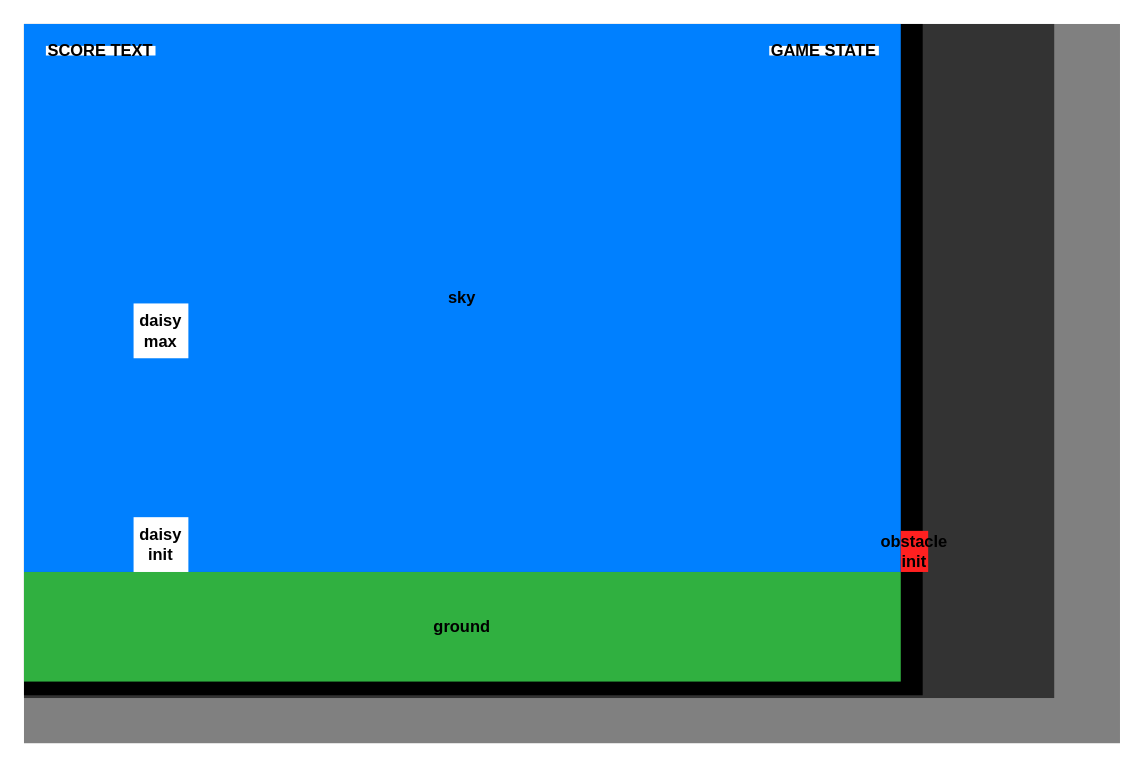
Earlier version of the draw.io diagram page "Game layout" (1 of 3) of Hopping_Daisy/00_Documentation/Game Layout.drawio (carloszlopez/DigitalDesignClass). Source tidied: cells renumbered, new cells numbered last; positions are measured from the earlier drawing's top-left corner, leaving out a move shared by most shapes. Both pictures are drawn from the tidied source at 137%, with x=0, y=0 at pixel (23, 23).
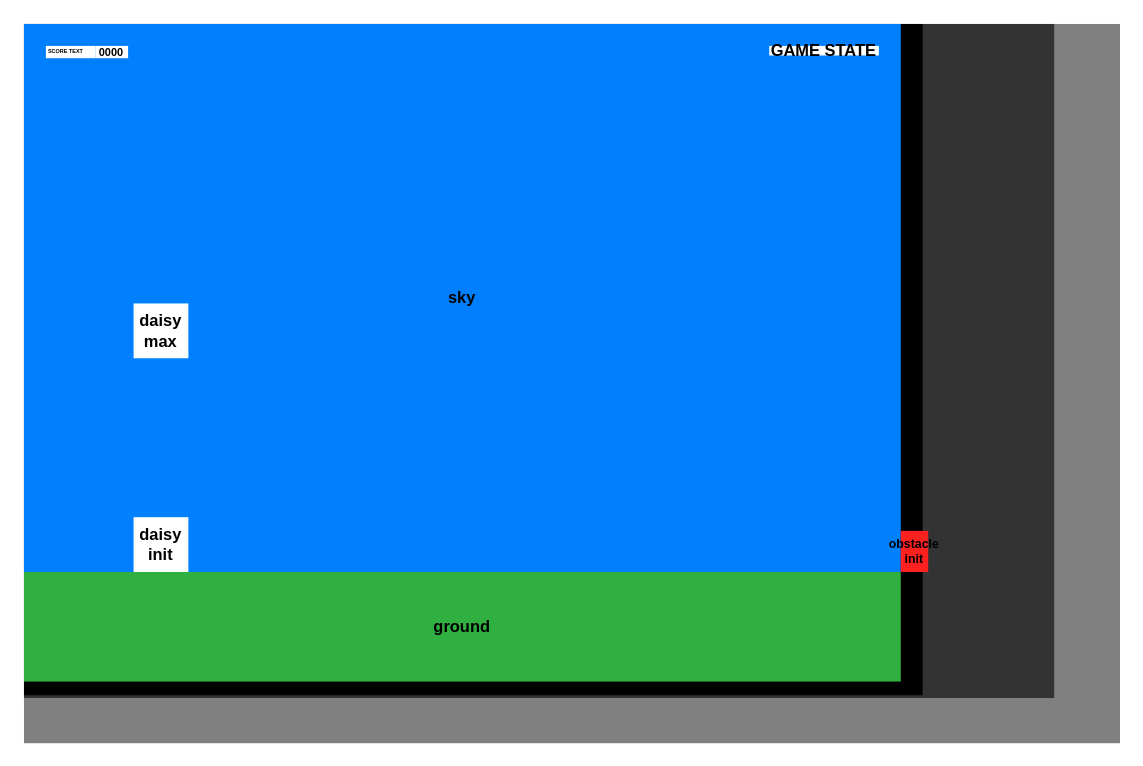
The same page after the edit.

Change to the diagram source:
```diff
@@
 <mxGraphModel background="#FFFFFF">
   <root>
     <mxCell id="0" />
     <mxCell id="1" parent="0" />
     <mxCell id="2" style="rounded=0;whiteSpace=wrap;html=1;fillColor=#808080;strokeColor=none;verticalAlign=top;align=left;" parent="1" vertex="1">
       <mxGeometry width="800" height="525" as="geometry" />
     </mxCell>
     <mxCell id="3" style="rounded=0;whiteSpace=wrap;html=1;fillColor=#333333;strokeColor=none;verticalAlign=top;align=left;" parent="1" vertex="1">
       <mxGeometry width="752" height="492" as="geometry" />
     </mxCell>
     <mxCell id="4" style="rounded=0;whiteSpace=wrap;html=1;fillColor=#000000;strokeColor=none;verticalAlign=top;align=left;" parent="1" vertex="1">
       <mxGeometry width="656" height="490" as="geometry" />
     </mxCell>
     <mxCell id="5" value="&lt;font style=&quot;color: rgb(0, 0, 0);&quot;&gt;&lt;b&gt;sky&lt;/b&gt;&lt;/font&gt;" style="rounded=0;whiteSpace=wrap;html=1;fillColor=#0080FF;strokeColor=none;" parent="1" vertex="1">
       <mxGeometry width="640" height="400" as="geometry" />
     </mxCell>
     <mxCell id="6" value="&lt;font style=&quot;color: rgb(0, 0, 0);&quot;&gt;&lt;b&gt;ground&lt;/b&gt;&lt;/font&gt;" style="rounded=0;whiteSpace=wrap;html=1;fillColor=#30B040;strokeColor=none;" parent="1" vertex="1">
       <mxGeometry y="400" width="640" height="80" as="geometry" />
     </mxCell>
     <mxCell id="7" value="&lt;font style=&quot;color: rgb(0, 0, 0);&quot;&gt;&lt;b&gt;daisy init&lt;/b&gt;&lt;/font&gt;" style="rounded=0;whiteSpace=wrap;html=1;fillColor=#FFFFFF;strokeColor=none;" parent="1" vertex="1">
       <mxGeometry x="80" y="360" width="40" height="40" as="geometry" />
     </mxCell>
-    <mxCell id="8" value="&lt;font style=&quot;color: rgb(0, 0, 0);&quot;&gt;&lt;b&gt;obstacle&lt;/b&gt;&lt;/font&gt;&lt;div&gt;&lt;font style=&quot;color: rgb(0, 0, 0);&quot;&gt;&lt;b&gt;init&lt;/b&gt;&lt;/font&gt;&lt;/div&gt;" style="rounded=0;whiteSpace=wrap;html=1;fillColor=#FF2020;strokeColor=none;" parent="1" vertex="1">
+    <mxCell id="8" value="&lt;font style=&quot;color: rgb(0, 0, 0);&quot;&gt;&lt;b&gt;obstacle&lt;/b&gt;&lt;/font&gt;&lt;div&gt;&lt;font style=&quot;color: rgb(0, 0, 0);&quot;&gt;&lt;b&gt;init&lt;/b&gt;&lt;/font&gt;&lt;/div&gt;" style="rounded=0;whiteSpace=wrap;html=1;fillColor=#FF2020;strokeColor=none;fontSize=9;" parent="1" vertex="1">
       <mxGeometry x="640" y="370" width="20" height="30" as="geometry" />
     </mxCell>
-    <mxCell id="9" value="&lt;font style=&quot;color: rgb(0, 0, 0);&quot;&gt;&lt;b&gt;SCORE TEXT&lt;/b&gt;&lt;/font&gt;" style="rounded=0;whiteSpace=wrap;html=1;fillColor=#FFFFFF;strokeColor=none;" parent="1" vertex="1">
-      <mxGeometry x="16" y="16" width="80" height="7" as="geometry" />
+    <mxCell id="9" value="&lt;font style=&quot;color: rgb(0, 0, 0);&quot;&gt;&lt;b&gt;SCORE TEXT&lt;/b&gt;&lt;/font&gt;" style="rounded=0;whiteSpace=wrap;html=1;fillColor=#FFFFFF;strokeColor=none;align=left;fontSize=4;" parent="1" vertex="1">
+      <mxGeometry x="16" y="16" width="36" height="9" as="geometry" />
     </mxCell>
     <mxCell id="10" value="&lt;font style=&quot;color: rgb(0, 0, 0);&quot;&gt;&lt;b&gt;GAME STATE&lt;/b&gt;&lt;/font&gt;" style="rounded=0;whiteSpace=wrap;html=1;fillColor=#FFFFFF;strokeColor=none;" parent="1" vertex="1">
       <mxGeometry x="544" y="16" width="80" height="7" as="geometry" />
     </mxCell>
     <mxCell id="11" value="&lt;font style=&quot;color: rgb(0, 0, 0);&quot;&gt;&lt;b&gt;daisy max&lt;/b&gt;&lt;/font&gt;" style="rounded=0;whiteSpace=wrap;html=1;fillColor=#FFFFFF;strokeColor=none;" parent="1" vertex="1">
       <mxGeometry x="80" y="204" width="40" height="40" as="geometry" />
     </mxCell>
+    <mxCell id="12" value="&lt;font style=&quot;font-size: 8px;&quot;&gt;&lt;b&gt;0000&lt;/b&gt;&lt;/font&gt;" style="rounded=0;whiteSpace=wrap;html=1;fillColor=#FFFFFF;strokeColor=none;align=center;fontSize=4;" parent="1" vertex="1">
+      <mxGeometry x="52" y="16" width="24" height="9" as="geometry" />
+    </mxCell>
   </root>
 </mxGraphModel>
```
